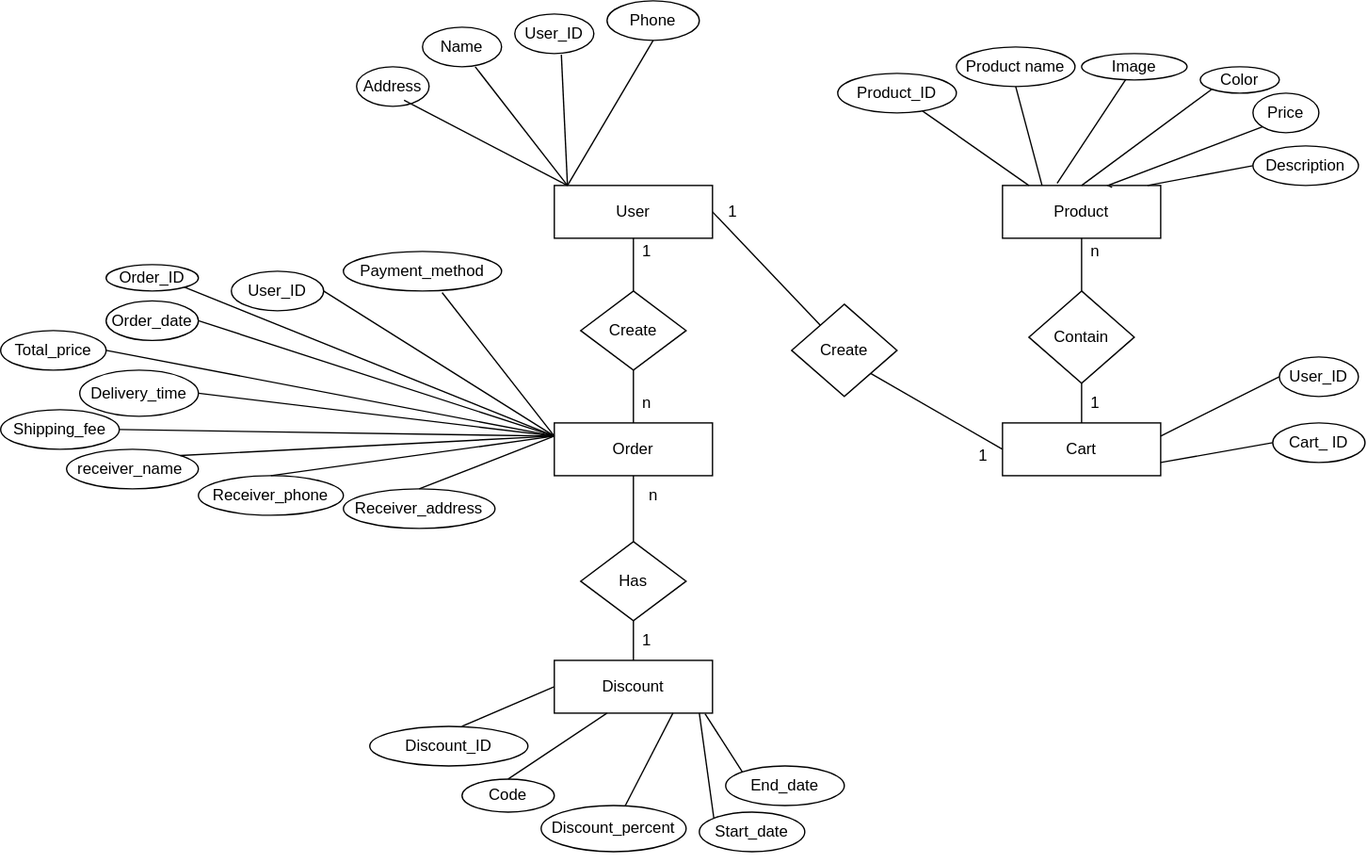
Above: src/ProjectInfomation/Sơ đồ thực thể liên kết.drawio.svg in NgocAnh99ND/tripy-tour-web (draw.io), before the change. Source tidied: cells renumbered, new cells last; positions are measured from the earlier drawing's top-left corner, leaving out a move shared by most shapes.
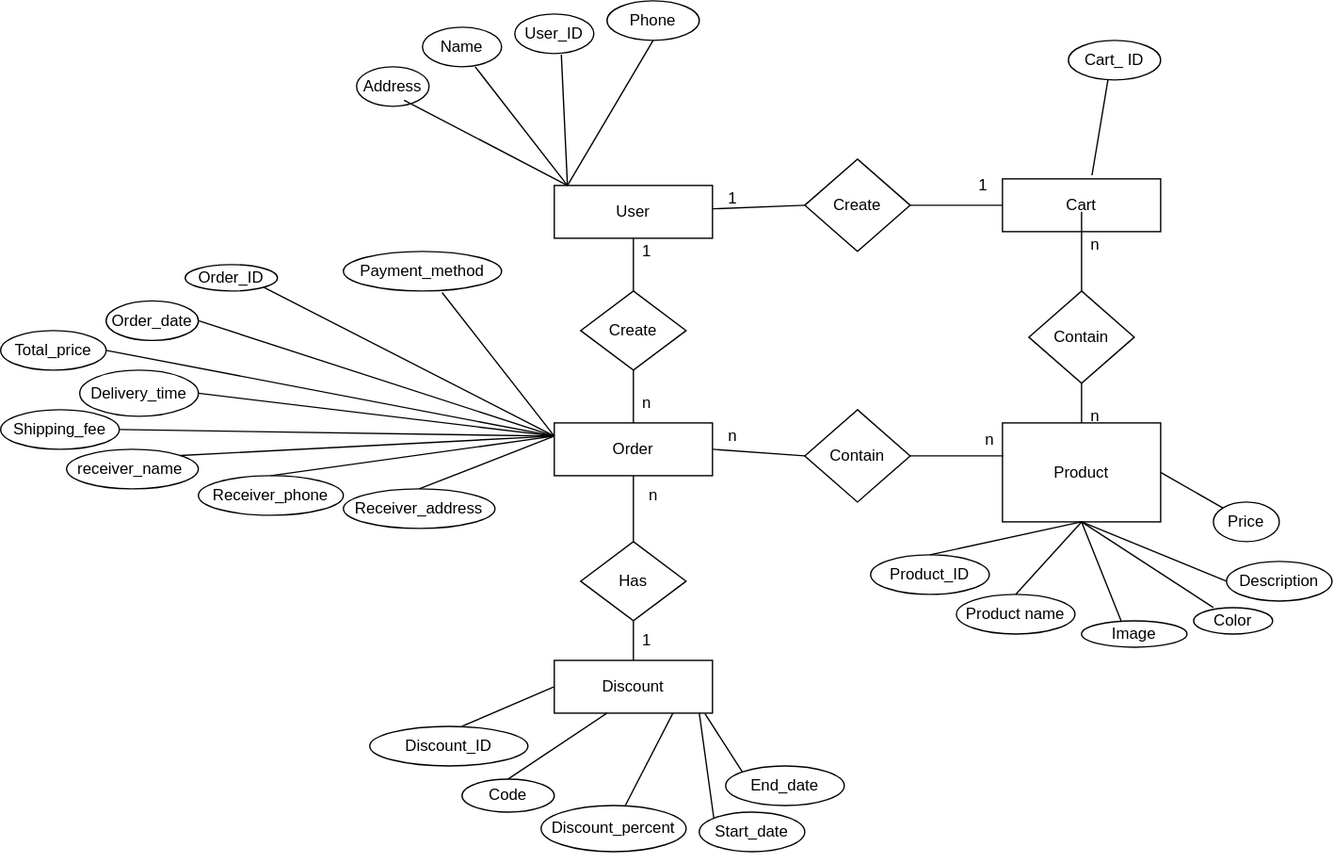
After the change.

Diff of the diagram source:
```diff
@@ -6,16 +6,16 @@
       <mxGeometry x="420" y="140" width="120" height="40" as="geometry" />
     </mxCell>
     <mxCell id="3" value="Product" style="rounded=0;whiteSpace=wrap;html=1;" parent="1" vertex="1">
-      <mxGeometry x="760" y="140" width="120" height="40" as="geometry" />
+      <mxGeometry x="760" y="320" width="120" height="75" as="geometry" />
     </mxCell>
     <mxCell id="4" value="Contain" style="rhombus;whiteSpace=wrap;html=1;" parent="1" vertex="1">
       <mxGeometry x="780" y="220" width="80" height="70" as="geometry" />
     </mxCell>
     <mxCell id="5" value="Cart" style="rounded=0;whiteSpace=wrap;html=1;" parent="1" vertex="1">
-      <mxGeometry x="760" y="320" width="120" height="40" as="geometry" />
+      <mxGeometry x="760" y="135" width="120" height="40" as="geometry" />
     </mxCell>
     <mxCell id="6" value="Create" style="rhombus;whiteSpace=wrap;html=1;" parent="1" vertex="1">
-      <mxGeometry x="600" y="230" width="80" height="70" as="geometry" />
+      <mxGeometry x="610" y="120" width="80" height="70" as="geometry" />
     </mxCell>
     <mxCell id="7" value="Create" style="rhombus;whiteSpace=wrap;html=1;" parent="1" vertex="1">
       <mxGeometry x="440" y="220" width="80" height="60" as="geometry" />
@@ -34,12 +34,7 @@
         <mxPoint x="480" y="180" as="targetPoint" />
       </mxGeometry>
     </mxCell>
-    <mxCell id="12" style="endArrow=none;html=1;rounded=0;" parent="1" edge="1" source="6">
-      <mxGeometry relative="1" as="geometry">
-        <mxPoint x="540" y="160" as="targetPoint" />
-      </mxGeometry>
-    </mxCell>
-    <mxCell id="13" style="endArrow=none;html=1;rounded=0;exitX=0;exitY=0.5;exitDx=0;exitDy=0;entryX=1;entryY=1;entryDx=0;entryDy=0;" parent="1" edge="1" source="5" target="6">
+    <mxCell id="13" style="endArrow=none;html=1;rounded=0;exitX=0;exitY=0.5;exitDx=0;exitDy=0;entryX=1;entryY=0.5;entryDx=0;entryDy=0;" parent="1" edge="1" source="5" target="6">
       <mxGeometry relative="1" as="geometry" />
     </mxCell>
     <mxCell id="14" style="endArrow=none;html=1;rounded=0;exitX=0.5;exitY=0;exitDx=0;exitDy=0;" parent="1" edge="1" source="8">
@@ -62,16 +57,11 @@
     <mxCell id="16" style="endArrow=none;html=1;rounded=0;" parent="1" edge="1" source="4">
       <mxGeometry relative="1" as="geometry">
         <mxPoint x="820" y="180" as="targetPoint" />
+        <Array as="points">
+          <mxPoint x="820" y="160" />
+        </Array>
       </mxGeometry>
     </mxCell>
-    <mxCell id="17" style="endArrow=none;html=1;rounded=0;exitX=0.5;exitY=0;exitDx=0;exitDy=0;" parent="1" edge="1" source="5">
-      <mxGeometry relative="1" as="geometry">
-        <mxPoint x="820" y="310" as="targetPoint" />
-        <Array as="points">
-          <mxPoint x="820" y="290" />
-        </Array>
-      </mxGeometry>
-    </mxCell>
     <mxCell id="18" style="endArrow=none;html=1;rounded=0;exitX=0.5;exitY=0;exitDx=0;exitDy=0;" parent="1" edge="1" source="10">
       <mxGeometry relative="1" as="geometry">
         <mxPoint x="480" y="500" as="targetPoint" />
@@ -81,11 +71,8 @@
       </mxGeometry>
     </mxCell>
     <mxCell id="19" value="1" style="text;html=1;align=center;verticalAlign=middle;strokeColor=none;fillColor=none;" parent="1" vertex="1">
-      <mxGeometry x="540" y="145" width="30" height="30" as="geometry" />
+      <mxGeometry x="540" y="135" width="30" height="30" as="geometry" />
     </mxCell>
-    <mxCell id="20" value="1" style="text;html=1;align=center;verticalAlign=middle;strokeColor=none;fillColor=none;" parent="1" vertex="1">
-      <mxGeometry x="730" y="330" width="30" height="30" as="geometry" />
-    </mxCell>
     <mxCell id="21" value="n" style="text;html=1;align=center;verticalAlign=middle;strokeColor=none;fillColor=none;" parent="1" vertex="1">
       <mxGeometry x="475" y="290" width="30" height="30" as="geometry" />
     </mxCell>
@@ -99,10 +86,10 @@
       <mxGeometry x="480" y="360" width="30" height="30" as="geometry" />
     </mxCell>
     <mxCell id="25" value="n" style="text;html=1;align=center;verticalAlign=middle;strokeColor=none;fillColor=none;" parent="1" vertex="1">
-      <mxGeometry x="815" y="175" width="30" height="30" as="geometry" />
+      <mxGeometry x="815" y="170" width="30" height="30" as="geometry" />
     </mxCell>
-    <mxCell id="26" value="1" style="text;html=1;align=center;verticalAlign=middle;strokeColor=none;fillColor=none;" parent="1" vertex="1">
-      <mxGeometry x="815" y="290" width="30" height="30" as="geometry" />
+    <mxCell id="26" value="n" style="text;html=1;align=center;verticalAlign=middle;strokeColor=none;fillColor=none;" parent="1" vertex="1">
+      <mxGeometry x="815" y="300" width="30" height="30" as="geometry" />
     </mxCell>
     <mxCell id="27" value="User_ID" style="ellipse;whiteSpace=wrap;html=1;" parent="1" vertex="1">
       <mxGeometry x="390" y="10" width="60" height="30" as="geometry" />
@@ -138,57 +125,26 @@
       </mxGeometry>
     </mxCell>
     <mxCell id="35" value="Product name" style="ellipse;whiteSpace=wrap;html=1;" parent="1" vertex="1">
-      <mxGeometry x="725" y="35" width="90" height="30" as="geometry" />
+      <mxGeometry x="725" y="450" width="90" height="30" as="geometry" />
     </mxCell>
     <mxCell id="36" value="Image" style="ellipse;whiteSpace=wrap;html=1;" parent="1" vertex="1">
-      <mxGeometry x="820" y="40" width="80" height="20" as="geometry" />
+      <mxGeometry x="820" y="470" width="80" height="20" as="geometry" />
     </mxCell>
     <mxCell id="37" value="Color" style="ellipse;whiteSpace=wrap;html=1;" parent="1" vertex="1">
-      <mxGeometry x="910" y="50" width="60" height="20" as="geometry" />
+      <mxGeometry x="905" y="460" width="60" height="20" as="geometry" />
     </mxCell>
     <mxCell id="38" value="Description" style="ellipse;whiteSpace=wrap;html=1;" parent="1" vertex="1">
-      <mxGeometry x="950" y="110" width="80" height="30" as="geometry" />
+      <mxGeometry x="930" y="425" width="80" height="30" as="geometry" />
     </mxCell>
     <mxCell id="39" value="Price" style="ellipse;whiteSpace=wrap;html=1;" parent="1" vertex="1">
-      <mxGeometry x="950" y="70" width="50" height="30" as="geometry" />
+      <mxGeometry x="920" y="380" width="50" height="30" as="geometry" />
     </mxCell>
-    <mxCell id="40" style="endArrow=none;html=1;rounded=0;exitX=0.25;exitY=0;exitDx=0;exitDy=0;entryX=0.5;entryY=1;entryDx=0;entryDy=0;" parent="1" edge="1" source="3" target="35">
-      <mxGeometry relative="1" as="geometry" />
-    </mxCell>
-    <mxCell id="41" style="endArrow=none;html=1;rounded=0;exitX=0.345;exitY=-0.039;exitDx=0;exitDy=0;exitPerimeter=0;" parent="1" edge="1" source="3" target="36">
-      <mxGeometry relative="1" as="geometry" />
-    </mxCell>
-    <mxCell id="42" style="endArrow=none;html=1;rounded=0;exitX=0.5;exitY=0;exitDx=0;exitDy=0;entryX=0;entryY=1;entryDx=0;entryDy=0;" parent="1" edge="1" source="3" target="37">
-      <mxGeometry relative="1" as="geometry" />
-    </mxCell>
-    <mxCell id="43" style="endArrow=none;html=1;rounded=0;exitX=0.693;exitY=0.037;exitDx=0;exitDy=0;entryX=0;entryY=1;entryDx=0;entryDy=0;exitPerimeter=0;" parent="1" edge="1" source="3" target="39">
-      <mxGeometry relative="1" as="geometry">
-        <Array as="points">
-          <mxPoint x="840" y="140" />
-        </Array>
-      </mxGeometry>
-    </mxCell>
-    <mxCell id="44" style="endArrow=none;html=1;rounded=0;entryX=0;entryY=0.5;entryDx=0;entryDy=0;exitX=0.917;exitY=0;exitDx=0;exitDy=0;exitPerimeter=0;" parent="1" edge="1" source="3" target="38">
-      <mxGeometry relative="1" as="geometry" />
-    </mxCell>
-    <mxCell id="45" value="User_ID" style="ellipse;whiteSpace=wrap;html=1;" parent="1" vertex="1">
-      <mxGeometry x="970" y="270" width="60" height="30" as="geometry" />
-    </mxCell>
     <mxCell id="46" value="Cart_ ID" style="ellipse;whiteSpace=wrap;html=1;" parent="1" vertex="1">
-      <mxGeometry x="965" y="320" width="70" height="30" as="geometry" />
+      <mxGeometry x="810" y="30" width="70" height="30" as="geometry" />
     </mxCell>
-    <mxCell id="47" style="endArrow=none;html=1;rounded=0;entryX=0;entryY=0.5;entryDx=0;entryDy=0;exitX=1;exitY=0.25;exitDx=0;exitDy=0;" parent="1" edge="1" source="5" target="45">
-      <mxGeometry relative="1" as="geometry" />
-    </mxCell>
-    <mxCell id="48" style="endArrow=none;html=1;rounded=0;exitX=1;exitY=0.75;exitDx=0;exitDy=0;entryX=0;entryY=0.5;entryDx=0;entryDy=0;" parent="1" edge="1" source="5" target="46">
-      <mxGeometry relative="1" as="geometry" />
-    </mxCell>
     <mxCell id="49" value="Order_ID" style="ellipse;whiteSpace=wrap;html=1;" parent="1" vertex="1">
-      <mxGeometry x="80" y="200" width="70" height="20" as="geometry" />
+      <mxGeometry x="140" y="200" width="70" height="20" as="geometry" />
     </mxCell>
-    <mxCell id="50" value="User_ID" style="ellipse;whiteSpace=wrap;html=1;" parent="1" vertex="1">
-      <mxGeometry x="175" y="205" width="70" height="30" as="geometry" />
-    </mxCell>
     <mxCell id="51" value="Order_date" style="ellipse;whiteSpace=wrap;html=1;" parent="1" vertex="1">
       <mxGeometry x="80" y="227.5" width="70" height="30" as="geometry" />
     </mxCell>
@@ -259,11 +215,6 @@
     <mxCell id="70" style="endArrow=none;html=1;rounded=0;exitX=0;exitY=0.25;exitDx=0;exitDy=0;entryX=1;entryY=1;entryDx=0;entryDy=0;" parent="1" edge="1" source="8" target="49">
       <mxGeometry relative="1" as="geometry" />
     </mxCell>
-    <mxCell id="71" style="endArrow=none;html=1;rounded=0;exitX=1;exitY=0.5;exitDx=0;exitDy=0;" parent="1" edge="1" source="50">
-      <mxGeometry relative="1" as="geometry">
-        <mxPoint x="420" y="330" as="targetPoint" />
-      </mxGeometry>
-    </mxCell>
     <mxCell id="72" style="endArrow=none;html=1;rounded=0;exitX=1;exitY=0.5;exitDx=0;exitDy=0;" parent="1" edge="1" source="51">
       <mxGeometry relative="1" as="geometry">
         <mxPoint x="420" y="330" as="targetPoint" />
@@ -300,15 +251,71 @@
       </mxGeometry>
     </mxCell>
     <mxCell id="79" value="Product_ID" style="ellipse;whiteSpace=wrap;html=1;" parent="1" vertex="1">
-      <mxGeometry x="635" y="55" width="90" height="30" as="geometry" />
+      <mxGeometry x="660" y="420" width="90" height="30" as="geometry" />
     </mxCell>
-    <mxCell id="80" style="endArrow=none;html=1;rounded=0;" parent="1" edge="1" source="79">
-      <mxGeometry relative="1" as="geometry">
-        <mxPoint x="780" y="140" as="targetPoint" />
-      </mxGeometry>
-    </mxCell>
     <mxCell id="81" style="edgeStyle=orthogonalEdgeStyle;rounded=0;orthogonalLoop=1;jettySize=auto;html=1;exitX=0.5;exitY=1;exitDx=0;exitDy=0;" parent="1" edge="1" source="62" target="62">
       <mxGeometry relative="1" as="geometry" />
     </mxCell>
+    <mxCell id="82" style="endArrow=none;html=1;rounded=0;exitX=0.5;exitY=0;exitDx=0;exitDy=0;" parent="1" edge="1" source="3">
+      <mxGeometry relative="1" as="geometry">
+        <mxPoint x="820" y="290" as="targetPoint" />
+      </mxGeometry>
+    </mxCell>
+    <mxCell id="20" value="1" style="text;html=1;align=center;verticalAlign=middle;strokeColor=none;fillColor=none;" parent="1" vertex="1">
+      <mxGeometry x="730" y="125" width="30" height="30" as="geometry" />
+    </mxCell>
+    <mxCell id="83" style="endArrow=none;html=1;rounded=0;exitX=0.566;exitY=-0.069;exitDx=0;exitDy=0;exitPerimeter=0;" parent="1" edge="1" source="5">
+      <mxGeometry relative="1" as="geometry">
+        <mxPoint x="840" y="60" as="targetPoint" />
+      </mxGeometry>
+    </mxCell>
+    <mxCell id="84" style="endArrow=none;html=1;rounded=0;entryX=0.5;entryY=1;entryDx=0;entryDy=0;" parent="1" edge="1" target="3">
+      <mxGeometry relative="1" as="geometry">
+        <mxPoint x="770" y="450" as="sourcePoint" />
+      </mxGeometry>
+    </mxCell>
+    <mxCell id="85" style="endArrow=none;html=1;rounded=0;exitX=0.5;exitY=0;exitDx=0;exitDy=0;entryX=0.5;entryY=1;entryDx=0;entryDy=0;" parent="1" edge="1" source="79" target="3">
+      <mxGeometry relative="1" as="geometry" />
+    </mxCell>
+    <mxCell id="86" style="endArrow=none;html=1;rounded=0;entryX=0.5;entryY=1;entryDx=0;entryDy=0;" parent="1" edge="1" target="3">
+      <mxGeometry relative="1" as="geometry">
+        <mxPoint x="850" y="470" as="sourcePoint" />
+      </mxGeometry>
+    </mxCell>
+    <mxCell id="87" style="endArrow=none;html=1;rounded=0;entryX=0.5;entryY=1;entryDx=0;entryDy=0;" parent="1" edge="1" target="3">
+      <mxGeometry relative="1" as="geometry">
+        <mxPoint x="920" y="460" as="sourcePoint" />
+      </mxGeometry>
+    </mxCell>
+    <mxCell id="88" style="endArrow=none;html=1;rounded=0;entryX=0.5;entryY=1;entryDx=0;entryDy=0;" parent="1" edge="1" target="3">
+      <mxGeometry relative="1" as="geometry">
+        <mxPoint x="930" y="440" as="sourcePoint" />
+      </mxGeometry>
+    </mxCell>
+    <mxCell id="43" style="endArrow=none;html=1;rounded=0;exitX=1;exitY=0.5;exitDx=0;exitDy=0;entryX=0;entryY=0;entryDx=0;entryDy=0;" parent="1" edge="1" source="3" target="39">
+      <mxGeometry relative="1" as="geometry" />
+    </mxCell>
+    <mxCell id="89" style="endArrow=none;html=1;rounded=0;entryX=0;entryY=0.5;entryDx=0;entryDy=0;" parent="1" edge="1" source="2" target="6">
+      <mxGeometry relative="1" as="geometry" />
+    </mxCell>
+    <mxCell id="90" value="Contain" style="rhombus;whiteSpace=wrap;html=1;" parent="1" vertex="1">
+      <mxGeometry x="610" y="310" width="80" height="70" as="geometry" />
+    </mxCell>
+    <mxCell id="91" style="endArrow=none;html=1;rounded=0;" parent="1" edge="1" source="90">
+      <mxGeometry relative="1" as="geometry">
+        <mxPoint x="760.7" y="345" as="targetPoint" />
+      </mxGeometry>
+    </mxCell>
+    <mxCell id="92" style="endArrow=none;html=1;rounded=0;exitX=1;exitY=0.5;exitDx=0;exitDy=0;" parent="1" edge="1" source="8">
+      <mxGeometry relative="1" as="geometry">
+        <mxPoint x="610" y="345" as="targetPoint" />
+      </mxGeometry>
+    </mxCell>
+    <mxCell id="93" value="n" style="text;html=1;align=center;verticalAlign=middle;strokeColor=none;fillColor=none;" parent="1" vertex="1">
+      <mxGeometry x="735" y="318" width="30" height="30" as="geometry" />
+    </mxCell>
+    <mxCell id="94" value="n" style="text;html=1;align=center;verticalAlign=middle;strokeColor=none;fillColor=none;" parent="1" vertex="1">
+      <mxGeometry x="540" y="315" width="30" height="30" as="geometry" />
+    </mxCell>
   </root>
 </mxGraphModel>
```
